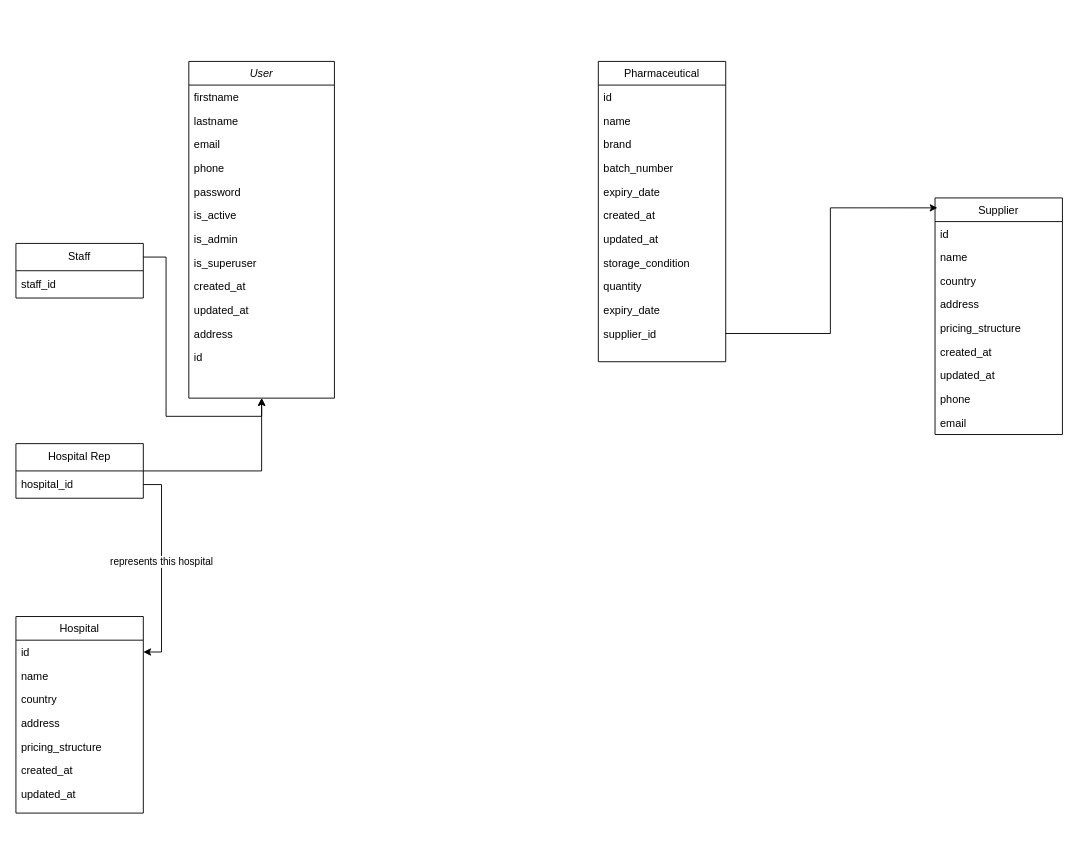
Above: Pharmacy Management System.drawio in AnochiwaAlfred/AnochiwaAlfred (draw.io), before the change. Source tidied: cells renumbered, new cells numbered last; positions are measured from the earlier drawing's top-left corner, leaving out a move shared by most shapes. Both pictures are drawn from the tidied source at 91%, with x=0, y=0 at pixel (15, 61).
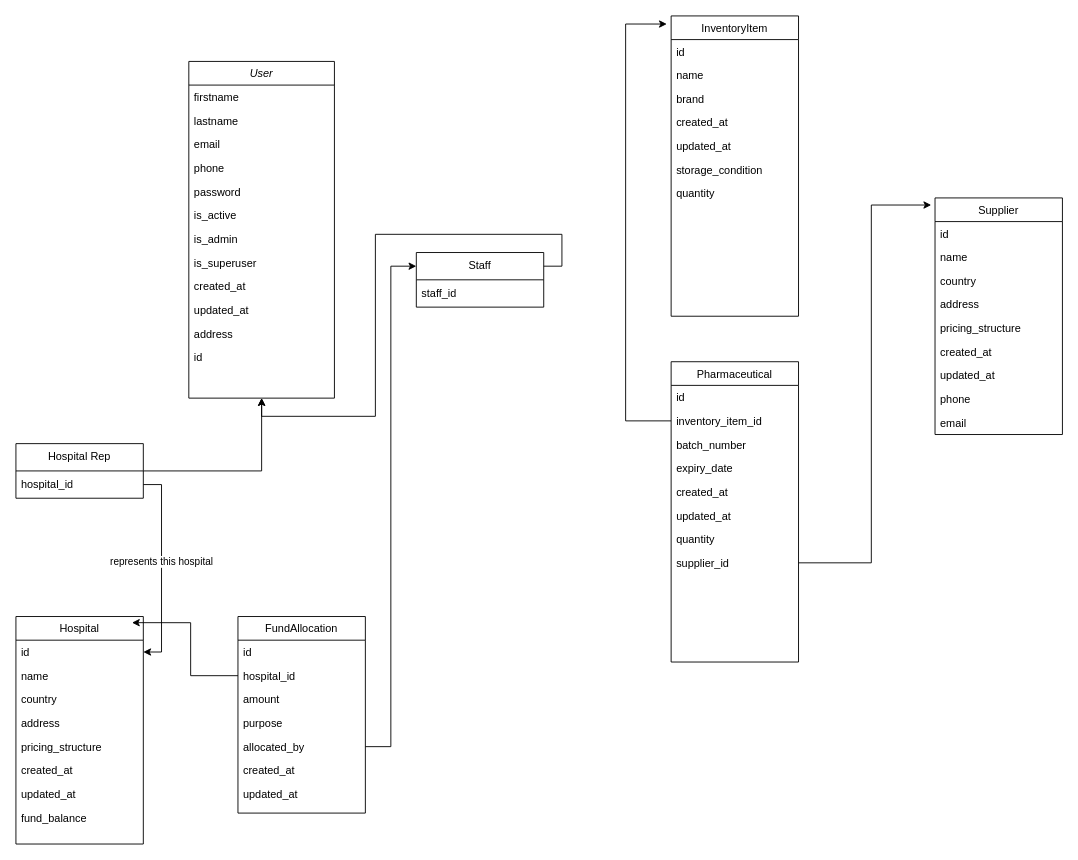
After the change.

The change refers to these unchanged cells:
```xml
<mxCell id="31" value="Supplier" style="swimlane;fontStyle=0;align=center;verticalAlign=top;horizontal=1;startSize=26;rounded=0;shadow=0;strokeWidth=1;" parent="1" vertex="1">
  <mxGeometry x="1010" y="150" width="140" height="260" as="geometry" />
</mxCell>
```

The edit, as a diff of the source:
```diff
@@
     <mxCell id="15" value="Hospital" style="swimlane;fontStyle=0;align=center;verticalAlign=top;horizontal=1;startSize=26;rounded=0;shadow=0;strokeWidth=1;" parent="1" vertex="1">
-      <mxGeometry y="610" width="140" height="216" as="geometry" />
+      <mxGeometry y="610" width="140" height="250" as="geometry" />
     </mxCell>
@@
+    <mxCell id="54" value="fund_balance" style="text;align=left;verticalAlign=top;spacingLeft=4;spacingRight=4;overflow=hidden;rounded=0;shadow=0;html=0;" parent="15" vertex="1">
+      <mxGeometry y="208" width="140" height="26" as="geometry" />
+    </mxCell>
@@
-    <mxCell id="26" value="Staff" style="swimlane;fontStyle=0;horizontal=1;startSize=30;whiteSpace=wrap;html=1;" parent="1" vertex="1">
-      <mxGeometry y="200" width="140" height="60" as="geometry" />
+    <mxCell id="26" value="Staff" style="swimlane;fontStyle=0;horizontal=1;startSize=30;whiteSpace=wrap;html=1;direction=east;" parent="1" vertex="1">
+      <mxGeometry x="440" y="210" width="140" height="60" as="geometry" />
     </mxCell>
@@
-    <mxCell id="41" value="Pharmaceutical" style="swimlane;fontStyle=0;align=center;verticalAlign=top;horizontal=1;startSize=26;rounded=0;shadow=0;strokeWidth=1;" parent="1" vertex="1">
-      <mxGeometry x="640" width="140" height="330" as="geometry" />
+    <mxCell id="41" value="InventoryItem" style="swimlane;fontStyle=0;align=center;verticalAlign=top;horizontal=1;startSize=26;rounded=0;shadow=0;strokeWidth=1;" parent="1" vertex="1">
+      <mxGeometry x="720" y="-50" width="140" height="330" as="geometry" />
     </mxCell>
@@
-    <mxCell id="45" value="batch_number" style="text;align=left;verticalAlign=top;spacingLeft=4;spacingRight=4;overflow=hidden;rounded=0;shadow=0;html=0;" parent="41" vertex="1">
-      <mxGeometry y="104" width="140" height="26" as="geometry" />
-    </mxCell>
-    <mxCell id="46" value="expiry_date" style="text;align=left;verticalAlign=top;spacingLeft=4;spacingRight=4;overflow=hidden;rounded=0;shadow=0;html=0;" parent="41" vertex="1">
-      <mxGeometry y="130" width="140" height="26" as="geometry" />
-    </mxCell>
     <mxCell id="47" value="created_at" style="text;align=left;verticalAlign=top;spacingLeft=4;spacingRight=4;overflow=hidden;rounded=0;shadow=0;html=0;" parent="41" vertex="1">
-      <mxGeometry y="156" width="140" height="26" as="geometry" />
+      <mxGeometry y="104" width="140" height="26" as="geometry" />
     </mxCell>
     <mxCell id="48" value="updated_at" style="text;align=left;verticalAlign=top;spacingLeft=4;spacingRight=4;overflow=hidden;rounded=0;shadow=0;html=0;" parent="41" vertex="1">
-      <mxGeometry y="182" width="140" height="26" as="geometry" />
+      <mxGeometry y="130" width="140" height="26" as="geometry" />
     </mxCell>
     <mxCell id="49" value="storage_condition" style="text;align=left;verticalAlign=top;spacingLeft=4;spacingRight=4;overflow=hidden;rounded=0;shadow=0;html=0;" parent="41" vertex="1">
-      <mxGeometry y="208" width="140" height="26" as="geometry" />
+      <mxGeometry y="156" width="140" height="26" as="geometry" />
     </mxCell>
     <mxCell id="50" value="quantity" style="text;align=left;verticalAlign=top;spacingLeft=4;spacingRight=4;overflow=hidden;rounded=0;shadow=0;html=0;" parent="41" vertex="1">
-      <mxGeometry y="234" width="140" height="26" as="geometry" />
+      <mxGeometry y="182" width="140" height="26" as="geometry" />
     </mxCell>
-    <mxCell id="51" value="expiry_date" style="text;align=left;verticalAlign=top;spacingLeft=4;spacingRight=4;overflow=hidden;rounded=0;shadow=0;html=0;" parent="41" vertex="1">
-      <mxGeometry y="260" width="140" height="26" as="geometry" />
-    </mxCell>
+    <mxCell id="55" value="FundAllocation" style="swimlane;fontStyle=0;align=center;verticalAlign=top;horizontal=1;startSize=26;rounded=0;shadow=0;strokeWidth=1;" parent="1" vertex="1">
+      <mxGeometry x="244" y="610" width="140" height="216" as="geometry" />
+    </mxCell>
+    <mxCell id="56" value="id" style="text;align=left;verticalAlign=top;spacingLeft=4;spacingRight=4;overflow=hidden;" parent="55" vertex="1">
+      <mxGeometry y="26" width="140" height="26" as="geometry" />
+    </mxCell>
+    <mxCell id="57" value="hospital_id" style="text;align=left;verticalAlign=top;spacingLeft=4;spacingRight=4;overflow=hidden;points=[[0,0.5],[1,0.5]];portConstraint=eastwest;rounded=0;shadow=0;html=0;" parent="55" vertex="1">
+      <mxGeometry y="52" width="140" height="26" as="geometry" />
+    </mxCell>
+    <mxCell id="58" value="amount" style="text;align=left;verticalAlign=top;spacingLeft=4;spacingRight=4;overflow=hidden;rounded=0;shadow=0;html=0;" parent="55" vertex="1">
+      <mxGeometry y="78" width="140" height="26" as="geometry" />
+    </mxCell>
+    <mxCell id="59" value="purpose" style="text;align=left;verticalAlign=top;spacingLeft=4;spacingRight=4;overflow=hidden;rounded=0;shadow=0;html=0;" parent="55" vertex="1">
+      <mxGeometry y="104" width="140" height="26" as="geometry" />
+    </mxCell>
+    <mxCell id="60" value="allocated_by" style="text;align=left;verticalAlign=top;spacingLeft=4;spacingRight=4;overflow=hidden;points=[[0,0.5],[1,0.5]];portConstraint=eastwest;rounded=0;shadow=0;html=0;" parent="55" vertex="1">
+      <mxGeometry y="130" width="140" height="26" as="geometry" />
+    </mxCell>
+    <mxCell id="61" value="created_at" style="text;align=left;verticalAlign=top;spacingLeft=4;spacingRight=4;overflow=hidden;rounded=0;shadow=0;html=0;" parent="55" vertex="1">
+      <mxGeometry y="156" width="140" height="26" as="geometry" />
+    </mxCell>
+    <mxCell id="62" value="updated_at" style="text;align=left;verticalAlign=top;spacingLeft=4;spacingRight=4;overflow=hidden;rounded=0;shadow=0;html=0;" parent="55" vertex="1">
+      <mxGeometry y="182" width="140" height="26" as="geometry" />
+    </mxCell>
+    <mxCell id="63" style="edgeStyle=orthogonalEdgeStyle;rounded=0;jettySize=auto;html=1;entryX=0.911;entryY=0.027;entryDx=0;entryDy=0;entryPerimeter=0;" parent="1" edge="1" source="57" target="15">
+      <mxGeometry relative="1" as="geometry" />
+    </mxCell>
+    <mxCell id="64" style="edgeStyle=orthogonalEdgeStyle;rounded=0;jettySize=auto;html=1;entryX=0;entryY=0.25;entryDx=0;entryDy=0;" parent="1" edge="1" source="60" target="26">
+      <mxGeometry relative="1" as="geometry" />
+    </mxCell>
+    <mxCell id="65" value="Pharmaceutical" style="swimlane;fontStyle=0;align=center;verticalAlign=top;horizontal=1;startSize=26;rounded=0;shadow=0;strokeWidth=1;" parent="1" vertex="1">
+      <mxGeometry x="720" y="330" width="140" height="330" as="geometry" />
+    </mxCell>
+    <mxCell id="66" value="id" style="text;align=left;verticalAlign=top;spacingLeft=4;spacingRight=4;overflow=hidden;" parent="65" vertex="1">
+      <mxGeometry y="26" width="140" height="26" as="geometry" />
+    </mxCell>
+    <mxCell id="67" value="inventory_item_id" style="text;align=left;verticalAlign=top;spacingLeft=4;spacingRight=4;overflow=hidden;points=[[0,0.5],[1,0.5]];portConstraint=eastwest;rounded=0;shadow=0;html=0;" parent="65" vertex="1">
+      <mxGeometry y="52" width="140" height="26" as="geometry" />
+    </mxCell>
+    <mxCell id="45" value="batch_number" style="text;align=left;verticalAlign=top;spacingLeft=4;spacingRight=4;overflow=hidden;rounded=0;shadow=0;html=0;" parent="65" vertex="1">
+      <mxGeometry y="78" width="140" height="26" as="geometry" />
+    </mxCell>
+    <mxCell id="68" value="expiry_date" style="text;align=left;verticalAlign=top;spacingLeft=4;spacingRight=4;overflow=hidden;rounded=0;shadow=0;html=0;" parent="65" vertex="1">
+      <mxGeometry y="104" width="140" height="26" as="geometry" />
+    </mxCell>
+    <mxCell id="69" value="created_at" style="text;align=left;verticalAlign=top;spacingLeft=4;spacingRight=4;overflow=hidden;rounded=0;shadow=0;html=0;" parent="65" vertex="1">
+      <mxGeometry y="130" width="140" height="26" as="geometry" />
+    </mxCell>
+    <mxCell id="70" value="updated_at" style="text;align=left;verticalAlign=top;spacingLeft=4;spacingRight=4;overflow=hidden;rounded=0;shadow=0;html=0;" parent="65" vertex="1">
+      <mxGeometry y="156" width="140" height="26" as="geometry" />
+    </mxCell>
+    <mxCell id="71" value="quantity" style="text;align=left;verticalAlign=top;spacingLeft=4;spacingRight=4;overflow=hidden;rounded=0;shadow=0;html=0;" parent="65" vertex="1">
+      <mxGeometry y="182" width="140" height="26" as="geometry" />
+    </mxCell>
-    <mxCell id="52" value="supplier_id" style="text;align=left;verticalAlign=top;spacingLeft=4;spacingRight=4;overflow=hidden;points=[[0,0.5],[1,0.5]];portConstraint=eastwest;rounded=0;shadow=0;html=0;" parent="41" vertex="1">
-      <mxGeometry y="286" width="140" height="26" as="geometry" />
+    <mxCell id="52" value="supplier_id" style="text;align=left;verticalAlign=top;spacingLeft=4;spacingRight=4;overflow=hidden;points=[[0,0.5],[1,0.5]];portConstraint=eastwest;rounded=0;shadow=0;html=0;" parent="65" vertex="1">
+      <mxGeometry y="208" width="140" height="26" as="geometry" />
     </mxCell>
-    <mxCell id="53" style="edgeStyle=orthogonalEdgeStyle;rounded=0;jettySize=auto;html=1;entryX=0.019;entryY=0.042;entryDx=0;entryDy=0;entryPerimeter=0;" parent="1" edge="1" source="52" target="31">
-      <mxGeometry relative="1" as="geometry" />
+    <mxCell id="53" style="edgeStyle=orthogonalEdgeStyle;rounded=0;jettySize=auto;html=1;entryX=-0.03;entryY=0.03;entryDx=0;entryDy=0;entryPerimeter=0;" parent="1" edge="1" source="52" target="31">
+      <mxGeometry relative="1" as="geometry">
+        <Array as="points">
+          <mxPoint x="940" y="551" />
+          <mxPoint x="940" y="158" />
+        </Array>
+      </mxGeometry>
     </mxCell>
+    <mxCell id="72" style="edgeStyle=orthogonalEdgeStyle;rounded=0;jettySize=auto;html=1;entryX=-0.034;entryY=0.027;entryDx=0;entryDy=0;entryPerimeter=0;" parent="1" edge="1" source="67" target="41">
+      <mxGeometry relative="1" as="geometry">
+        <Array as="points">
+          <mxPoint x="670" y="395" />
+          <mxPoint x="670" y="-41" />
+        </Array>
+      </mxGeometry>
+    </mxCell>
```
